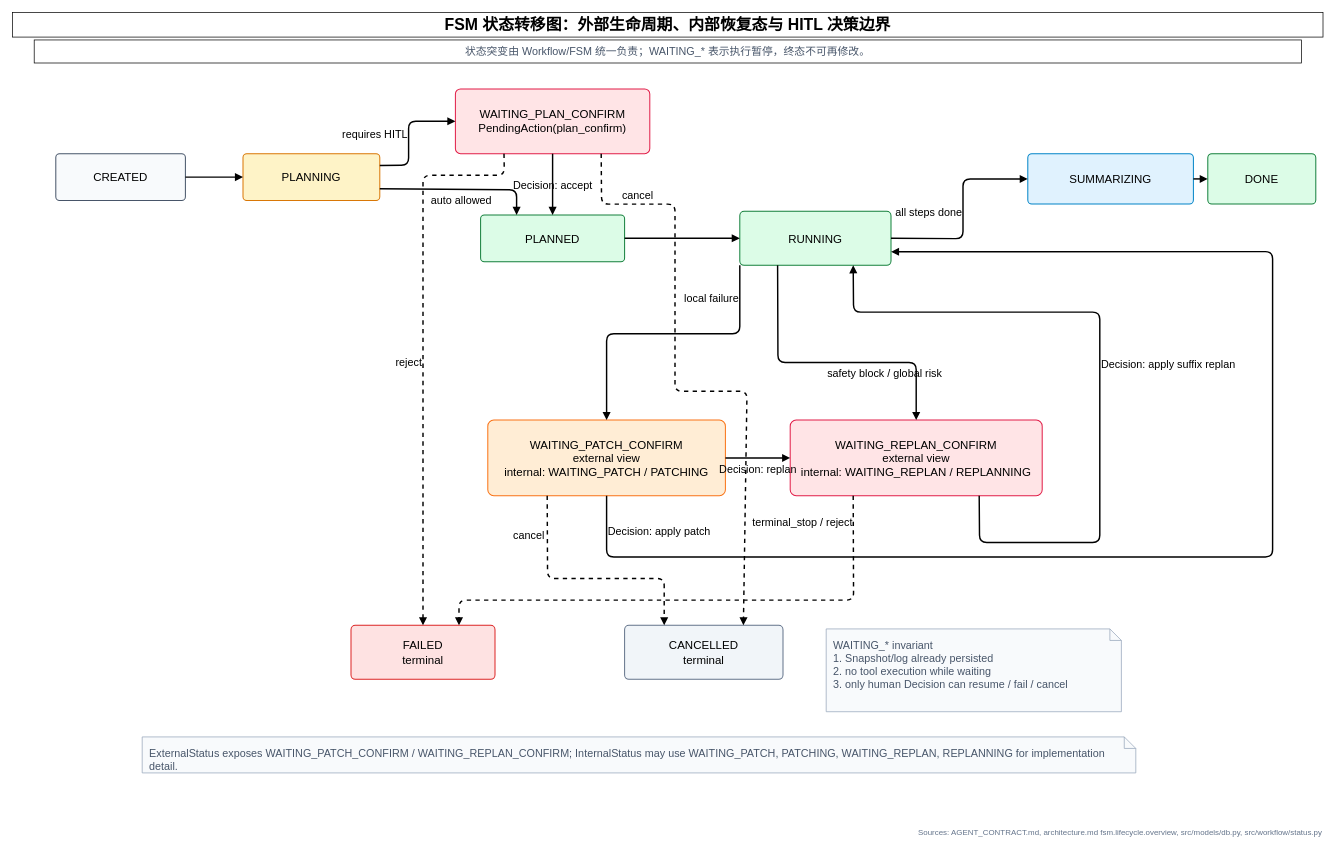
Before: paper/figures/fsm-state-transition.drawio in Yuri-Kon/thesis-project, a draw.io diagram. Source tidied: cells renumbered, new cells numbered last; positions are measured from the earlier drawing's top-left corner, leaving out a move shared by most shapes. Both pictures are drawn from the tidied source at 72%, with x=0, y=0 at pixel (12, 12).
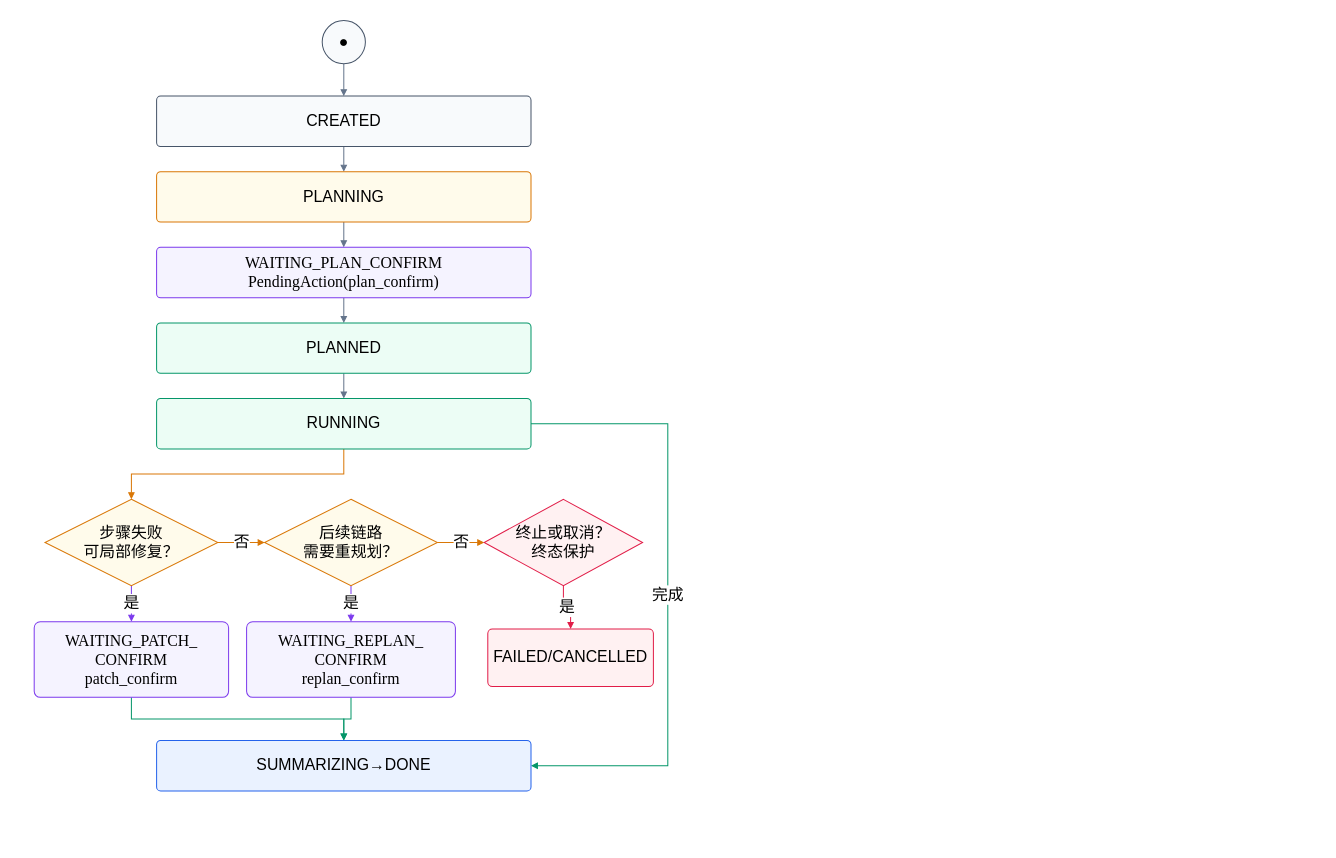
The same diagram, later.

The edit, as a diff of the source:
```diff
@@
-<mxGraphModel>
+<mxGraphModel background="#FFFFFF">
@@
-    <mxCell id="2" value="FSM 状态转移图：外部生命周期、内部恢复态与 HITL 决策边界" style="fontFamily=Helvetica;fontSize=22;fontStyle=1;align=center;verticalAlign=middle;whiteSpace=wrap;html=1;" parent="1" vertex="1">
-      <mxGeometry width="1820" height="34" as="geometry" />
-    </mxCell>
-    <mxCell id="3" value="&lt;font style=&quot;font-size: 15px;&quot;&gt;状态突变由 Workflow/FSM 统一负责；WAITING_* 表示执行暂停，终态不可再修改。&lt;/font&gt;" style="fontFamily=Helvetica;fontSize=12;fontColor=#475569;align=center;verticalAlign=middle;whiteSpace=wrap;html=1;" parent="1" vertex="1">
-      <mxGeometry x="30" y="38" width="1760" height="32" as="geometry" />
-    </mxCell>
+    <mxCell id="34" style="edgeStyle=orthogonalEdgeStyle;rounded=0;jettySize=auto;html=1;strokeWidth=1.4;endArrow=block;endFill=1;fontFamily=SimSun;fontSize=22;strokeColor=#64748B;" parent="1" edge="1" source="44" target="4">
+      <mxGeometry relative="1" as="geometry" />
+    </mxCell>
+    <mxCell id="15" style="edgeStyle=orthogonalEdgeStyle;rounded=0;jettySize=auto;html=1;strokeWidth=1.4;endArrow=block;endFill=1;fontFamily=SimSun;fontSize=22;strokeColor=#64748B;" parent="1" edge="1" source="4" target="5">
+      <mxGeometry relative="1" as="geometry" />
+    </mxCell>
+    <mxCell id="16" style="edgeStyle=orthogonalEdgeStyle;rounded=0;jettySize=auto;html=1;strokeWidth=1.4;endArrow=block;endFill=1;fontFamily=SimSun;fontSize=22;strokeColor=#64748B;" parent="1" edge="1" source="5" target="6">
+      <mxGeometry relative="1" as="geometry" />
+    </mxCell>
+    <mxCell id="18" style="edgeStyle=orthogonalEdgeStyle;rounded=0;jettySize=auto;html=1;strokeWidth=1.4;endArrow=block;endFill=1;fontFamily=SimSun;fontSize=22;strokeColor=#64748B;" parent="1" edge="1" source="6" target="7">
+      <mxGeometry relative="1" as="geometry" />
+    </mxCell>
+    <mxCell id="19" style="edgeStyle=orthogonalEdgeStyle;rounded=0;jettySize=auto;html=1;strokeWidth=1.4;endArrow=block;endFill=1;fontFamily=SimSun;fontSize=22;strokeColor=#64748B;" parent="1" edge="1" source="7" target="8">
+      <mxGeometry relative="1" as="geometry" />
+    </mxCell>
+    <mxCell id="35" style="edgeStyle=orthogonalEdgeStyle;rounded=0;jettySize=auto;html=1;strokeWidth=1.4;endArrow=block;endFill=1;fontFamily=SimSun;fontSize=22;strokeColor=#D97706;" parent="1" edge="1" source="8" target="45">
+      <mxGeometry relative="1" as="geometry" />
+    </mxCell>
+    <mxCell id="36" value="否" style="edgeStyle=orthogonalEdgeStyle;rounded=0;jettySize=auto;html=1;strokeWidth=1.4;endArrow=block;endFill=1;fontFamily=SimSun;fontSize=22;strokeColor=#D97706;" parent="1" edge="1" source="45" target="46">
+      <mxGeometry relative="1" as="geometry" />
+    </mxCell>
+    <mxCell id="37" value="否" style="edgeStyle=orthogonalEdgeStyle;rounded=0;jettySize=auto;html=1;strokeWidth=1.4;endArrow=block;endFill=1;fontFamily=SimSun;fontSize=22;strokeColor=#D97706;" parent="1" edge="1" source="46" target="47">
+      <mxGeometry relative="1" as="geometry" />
+    </mxCell>
+    <mxCell id="38" value="是" style="edgeStyle=orthogonalEdgeStyle;rounded=0;jettySize=auto;html=1;strokeWidth=1.4;endArrow=block;endFill=1;fontFamily=SimSun;fontSize=22;strokeColor=#7C3AED;" parent="1" edge="1" source="45" target="48">
+      <mxGeometry relative="1" as="geometry" />
+    </mxCell>
+    <mxCell id="39" value="是" style="edgeStyle=orthogonalEdgeStyle;rounded=0;jettySize=auto;html=1;strokeWidth=1.4;endArrow=block;endFill=1;fontFamily=SimSun;fontSize=22;strokeColor=#7C3AED;" parent="1" edge="1" source="46" target="49">
+      <mxGeometry relative="1" as="geometry" />
+    </mxCell>
+    <mxCell id="40" value="是" style="edgeStyle=orthogonalEdgeStyle;rounded=0;jettySize=auto;html=1;strokeWidth=1.4;endArrow=block;endFill=1;fontFamily=SimSun;fontSize=22;strokeColor=#E11D48;" parent="1" edge="1" source="47" target="50">
+      <mxGeometry relative="1" as="geometry" />
+    </mxCell>
+    <mxCell id="41" style="edgeStyle=orthogonalEdgeStyle;rounded=0;jettySize=auto;html=1;strokeWidth=1.4;endArrow=block;endFill=1;fontFamily=SimSun;fontSize=22;strokeColor=#059669;" parent="1" edge="1" source="48" target="51">
+      <mxGeometry relative="1" as="geometry" />
+    </mxCell>
+    <mxCell id="42" style="edgeStyle=orthogonalEdgeStyle;rounded=0;jettySize=auto;html=1;strokeWidth=1.4;endArrow=block;endFill=1;fontFamily=SimSun;fontSize=22;strokeColor=#059669;" parent="1" edge="1" source="49" target="51">
+      <mxGeometry relative="1" as="geometry" />
+    </mxCell>
+    <mxCell id="43" value="完成" style="edgeStyle=orthogonalEdgeStyle;rounded=0;jettySize=auto;html=1;strokeWidth=1.4;endArrow=block;endFill=1;fontFamily=SimSun;fontSize=22;strokeColor=#059669;exitX=1;exitY=0.5;entryX=1;entryY=0.5;" parent="1" edge="1" source="8" target="51">
+      <mxGeometry relative="1" as="geometry">
+        <Array as="points">
+          <mxPoint x="910" y="571" />
+          <mxPoint x="910" y="1046" />
+        </Array>
+      </mxGeometry>
+    </mxCell>
+    <mxCell id="44" value="●" style="ellipse;whiteSpace=wrap;html=1;fillColor=#F8FAFC;strokeColor=#475569;strokeWidth=1.4;fontFamily=SimSun;fontSize=22;align=center;verticalAlign=middle;spacing=8;" parent="1" vertex="1">
+      <mxGeometry x="430" y="11" width="60" height="60" as="geometry" />
+    </mxCell>
-    <mxCell id="4" value="CREATED" style="rounded=1;whiteSpace=wrap;html=1;arcSize=8;fillColor=#F8FAFC;strokeColor=#475569;strokeWidth=1.4;fontFamily=Helvetica;fontSize=16;align=center;verticalAlign=middle;spacing=8;" parent="1" vertex="1">
-      <mxGeometry x="60" y="196" width="180" height="65" as="geometry" />
+    <mxCell id="4" value="CREATED" style="rounded=1;arcSize=8;whiteSpace=wrap;html=1;fillColor=#F8FAFC;strokeColor=#475569;strokeWidth=1.4;fontFamily=SimSun;fontSize=22;align=center;verticalAlign=middle;spacing=8;" parent="1" vertex="1">
+      <mxGeometry x="200" y="116" width="520" height="70" as="geometry" />
     </mxCell>
-    <mxCell id="5" value="PLANNING" style="rounded=1;whiteSpace=wrap;html=1;arcSize=8;fillColor=#FEF3C7;strokeColor=#D97706;strokeWidth=1.4;fontFamily=Helvetica;fontSize=16;align=center;verticalAlign=middle;spacing=8;" parent="1" vertex="1">
-      <mxGeometry x="320" y="196" width="190" height="65" as="geometry" />
+    <mxCell id="5" value="PLANNING" style="rounded=1;arcSize=8;whiteSpace=wrap;html=1;fillColor=#FFFBEB;strokeColor=#D97706;strokeWidth=1.4;fontFamily=SimSun;fontSize=22;align=center;verticalAlign=middle;spacing=8;" parent="1" vertex="1">
+      <mxGeometry x="200" y="221" width="520" height="70" as="geometry" />
     </mxCell>
-    <mxCell id="6" value="WAITING_PLAN_CONFIRM&lt;br&gt;PendingAction(plan_confirm)" style="rounded=1;whiteSpace=wrap;html=1;arcSize=8;fillColor=#FFE4E6;strokeColor=#E11D48;strokeWidth=1.4;fontFamily=Helvetica;fontSize=16;align=center;verticalAlign=middle;spacing=8;" parent="1" vertex="1">
-      <mxGeometry x="615" y="106" width="270" height="90" as="geometry" />
+    <mxCell id="6" value="&lt;font face=&quot;Times New Roman&quot;&gt;WAITING_PLAN_CONFIRM&lt;/font&gt;&lt;br&gt;&lt;font face=&quot;Times New Roman&quot;&gt;PendingAction(plan_confirm)&lt;/font&gt;" style="rounded=1;arcSize=8;whiteSpace=wrap;html=1;fillColor=#F5F3FF;strokeColor=#7C3AED;strokeWidth=1.4;fontFamily=SimSun;fontSize=22;align=center;verticalAlign=middle;spacing=8;" parent="1" vertex="1">
+      <mxGeometry x="200" y="326" width="520" height="70" as="geometry" />
     </mxCell>
-    <mxCell id="7" value="PLANNED" style="rounded=1;whiteSpace=wrap;html=1;arcSize=8;fillColor=#DCFCE7;strokeColor=#15803D;strokeWidth=1.4;fontFamily=Helvetica;fontSize=16;align=center;verticalAlign=middle;spacing=8;" parent="1" vertex="1">
-      <mxGeometry x="650" y="281" width="200" height="65" as="geometry" />
+    <mxCell id="7" value="PLANNED" style="rounded=1;arcSize=8;whiteSpace=wrap;html=1;fillColor=#ECFDF5;strokeColor=#059669;strokeWidth=1.4;fontFamily=SimSun;fontSize=22;align=center;verticalAlign=middle;spacing=8;" parent="1" vertex="1">
+      <mxGeometry x="200" y="431" width="520" height="70" as="geometry" />
     </mxCell>
-    <mxCell id="8" value="RUNNING" style="rounded=1;whiteSpace=wrap;html=1;arcSize=8;fillColor=#DCFCE7;strokeColor=#15803D;strokeWidth=1.4;fontFamily=Helvetica;fontSize=16;align=center;verticalAlign=middle;spacing=8;" parent="1" vertex="1">
-      <mxGeometry x="1010" y="276" width="210" height="75" as="geometry" />
+    <mxCell id="8" value="RUNNING" style="rounded=1;arcSize=8;whiteSpace=wrap;html=1;fillColor=#ECFDF5;strokeColor=#059669;strokeWidth=1.4;fontFamily=SimSun;fontSize=22;align=center;verticalAlign=middle;spacing=8;" parent="1" vertex="1">
+      <mxGeometry x="200" y="536" width="520" height="70" as="geometry" />
     </mxCell>
-    <mxCell id="9" value="SUMMARIZING" style="rounded=1;whiteSpace=wrap;html=1;arcSize=8;fillColor=#E0F2FE;strokeColor=#0284C7;strokeWidth=1.4;fontFamily=Helvetica;fontSize=16;align=center;verticalAlign=middle;spacing=8;" parent="1" vertex="1">
-      <mxGeometry x="1410" y="196" width="230" height="70" as="geometry" />
-    </mxCell>
-    <mxCell id="10" value="DONE" style="rounded=1;whiteSpace=wrap;html=1;arcSize=8;fillColor=#DCFCE7;strokeColor=#15803D;strokeWidth=1.4;fontFamily=Helvetica;fontSize=16;align=center;verticalAlign=middle;spacing=8;" parent="1" vertex="1">
-      <mxGeometry x="1660" y="196" width="150" height="70" as="geometry" />
-    </mxCell>
-    <mxCell id="11" value="WAITING_PATCH_CONFIRM&lt;br&gt;external view&lt;br&gt;internal: WAITING_PATCH / PATCHING" style="rounded=1;whiteSpace=wrap;html=1;arcSize=8;fillColor=#FFEDD5;strokeColor=#F97316;strokeWidth=1.4;fontFamily=Helvetica;fontSize=16;align=center;verticalAlign=middle;spacing=8;" parent="1" vertex="1">
-      <mxGeometry x="660" y="566" width="330" height="105" as="geometry" />
-    </mxCell>
-    <mxCell id="12" value="WAITING_REPLAN_CONFIRM&lt;br&gt;external view&lt;br&gt;internal: WAITING_REPLAN / REPLANNING" style="rounded=1;whiteSpace=wrap;html=1;arcSize=8;fillColor=#FFE4E6;strokeColor=#E11D48;strokeWidth=1.4;fontFamily=Helvetica;fontSize=16;align=center;verticalAlign=middle;spacing=8;" parent="1" vertex="1">
-      <mxGeometry x="1080" y="566" width="350" height="105" as="geometry" />
-    </mxCell>
-    <mxCell id="13" value="FAILED&lt;br&gt;terminal" style="rounded=1;whiteSpace=wrap;html=1;arcSize=8;fillColor=#FEE2E2;strokeColor=#DC2626;strokeWidth=1.4;fontFamily=Helvetica;fontSize=16;align=center;verticalAlign=middle;spacing=8;" parent="1" vertex="1">
-      <mxGeometry x="470" y="851" width="200" height="75" as="geometry" />
-    </mxCell>
-    <mxCell id="14" value="CANCELLED&lt;br&gt;terminal" style="rounded=1;whiteSpace=wrap;html=1;arcSize=8;fillColor=#F1F5F9;strokeColor=#64748B;strokeWidth=1.4;fontFamily=Helvetica;fontSize=16;align=center;verticalAlign=middle;spacing=8;" parent="1" vertex="1">
-      <mxGeometry x="850" y="851" width="220" height="75" as="geometry" />
-    </mxCell>
-    <mxCell id="15" style="endArrow=block;html=1;rounded=1;strokeWidth=2;fontSize=12;fontFamily=Helvetica;labelBackgroundColor=none;" parent="1" edge="1" source="4" target="5">
-      <mxGeometry relative="1" as="geometry" />
-    </mxCell>
-    <mxCell id="16" value="requires HITL" style="endArrow=block;html=1;rounded=1;strokeWidth=2;fontSize=15;fontFamily=Helvetica;labelBackgroundColor=none;exitX=1;exitY=0.25;exitDx=0;exitDy=0;entryX=0;entryY=0.5;entryDx=0;entryDy=0;labelPosition=left;verticalLabelPosition=middle;align=right;verticalAlign=middle;" parent="1" edge="1" source="5" target="6">
-      <mxGeometry relative="1" as="geometry">
-        <Array as="points">
-          <mxPoint x="550" y="212" />
-          <mxPoint x="550" y="151" />
-        </Array>
-      </mxGeometry>
-    </mxCell>
-    <mxCell id="17" value="auto allowed" style="endArrow=block;html=1;rounded=1;strokeWidth=2;fontSize=15;fontFamily=Helvetica;labelBackgroundColor=none;entryX=0.25;entryY=0;entryDx=0;entryDy=0;exitX=1;exitY=0.75;exitDx=0;exitDy=0;labelPosition=center;verticalLabelPosition=bottom;align=center;verticalAlign=top;" parent="1" edge="1" source="5" target="7">
-      <mxGeometry relative="1" as="geometry">
-        <Array as="points">
-          <mxPoint x="700" y="246" />
-        </Array>
-      </mxGeometry>
-    </mxCell>
-    <mxCell id="18" value="Decision: accept" style="endArrow=block;html=1;rounded=1;strokeWidth=2;fontSize=15;fontFamily=Helvetica;labelBackgroundColor=none;" parent="1" edge="1" source="6" target="7">
-      <mxGeometry relative="1" as="geometry" />
-    </mxCell>
-    <mxCell id="19" style="endArrow=block;html=1;rounded=1;strokeWidth=2;fontSize=15;fontFamily=Helvetica;labelBackgroundColor=none;" parent="1" edge="1" source="7" target="8">
-      <mxGeometry relative="1" as="geometry" />
-    </mxCell>
-    <mxCell id="20" value="all steps done" style="endArrow=block;html=1;rounded=1;strokeWidth=2;fontSize=15;fontFamily=Helvetica;labelBackgroundColor=none;exitX=1;exitY=0.5;exitDx=0;exitDy=0;entryX=0;entryY=0.5;entryDx=0;entryDy=0;labelPosition=left;verticalLabelPosition=middle;align=right;verticalAlign=middle;" parent="1" edge="1">
-      <mxGeometry relative="1" as="geometry">
-        <mxPoint x="1220" y="313.5" as="sourcePoint" />
-        <mxPoint x="1410" y="231" as="targetPoint" />
-        <Array as="points">
-          <mxPoint x="1320" y="314" />
-          <mxPoint x="1320" y="231" />
-        </Array>
-      </mxGeometry>
-    </mxCell>
-    <mxCell id="21" style="endArrow=block;html=1;rounded=1;strokeWidth=2;fontSize=12;fontFamily=Helvetica;labelBackgroundColor=none;" parent="1" edge="1" source="9" target="10">
-      <mxGeometry relative="1" as="geometry" />
-    </mxCell>
-    <mxCell id="22" value="local failure" style="endArrow=block;html=1;rounded=1;strokeWidth=2;fontSize=15;fontFamily=Helvetica;labelBackgroundColor=none;exitX=0;exitY=1;exitDx=0;exitDy=0;labelPosition=left;verticalLabelPosition=middle;align=right;verticalAlign=middle;" parent="1" edge="1" source="8" target="11">
-      <mxGeometry x="-0.78" relative="1" as="geometry">
-        <Array as="points">
-          <mxPoint x="1010" y="446" />
-          <mxPoint x="825" y="446" />
-        </Array>
-        <mxPoint y="1" as="offset" />
-      </mxGeometry>
-    </mxCell>
-    <mxCell id="23" value="safety block / global risk" style="endArrow=block;html=1;rounded=1;strokeWidth=2;fontSize=15;fontFamily=Helvetica;labelBackgroundColor=none;exitX=0.25;exitY=1;exitDx=0;exitDy=0;labelPosition=center;verticalLabelPosition=bottom;align=center;verticalAlign=top;" parent="1" edge="1" source="8" target="12">
-      <mxGeometry x="0.39" relative="1" as="geometry">
-        <Array as="points">
-          <mxPoint x="1063" y="486" />
-          <mxPoint x="1255" y="486" />
-        </Array>
-      </mxGeometry>
-    </mxCell>
-    <mxCell id="24" value="Decision: apply patch" style="endArrow=block;html=1;rounded=1;strokeWidth=2;fontSize=15;fontFamily=Helvetica;labelBackgroundColor=none;entryX=1;entryY=0.75;entryDx=0;entryDy=0;labelPosition=right;verticalLabelPosition=middle;align=left;verticalAlign=middle;" parent="1" edge="1" source="11" target="8">
-      <mxGeometry x="-0.95" relative="1" as="geometry">
-        <Array as="points">
-          <mxPoint x="825" y="756" />
-          <mxPoint x="1750" y="756" />
-          <mxPoint x="1750" y="332" />
-        </Array>
-      </mxGeometry>
-    </mxCell>
-    <mxCell id="25" value="Decision: replan" style="endArrow=block;html=1;rounded=1;strokeWidth=2;fontSize=15;fontFamily=Helvetica;labelBackgroundColor=none;labelPosition=center;verticalLabelPosition=bottom;align=center;verticalAlign=top;" parent="1" edge="1" source="11" target="12">
-      <mxGeometry relative="1" as="geometry" />
-    </mxCell>
-    <mxCell id="26" value="Decision: apply suffix replan" style="endArrow=block;html=1;rounded=1;strokeWidth=2;fontSize=15;fontFamily=Helvetica;labelBackgroundColor=none;entryX=0.75;entryY=1;entryDx=0;entryDy=0;exitX=0.75;exitY=1;exitDx=0;exitDy=0;labelPosition=right;verticalLabelPosition=middle;align=left;verticalAlign=middle;" parent="1" edge="1" source="12" target="8">
-      <mxGeometry relative="1" as="geometry">
-        <Array as="points">
-          <mxPoint x="1343" y="736" />
-          <mxPoint x="1510" y="736" />
-          <mxPoint x="1510" y="416" />
-          <mxPoint x="1168" y="416" />
-        </Array>
-      </mxGeometry>
-    </mxCell>
-    <mxCell id="27" value="reject" style="endArrow=block;html=1;rounded=1;strokeWidth=2;fontSize=15;fontFamily=Helvetica;labelBackgroundColor=none;dashed=1;exitX=0.25;exitY=1;exitDx=0;exitDy=0;entryX=0.5;entryY=0;entryDx=0;entryDy=0;labelPosition=left;verticalLabelPosition=middle;align=right;verticalAlign=middle;" parent="1" edge="1" source="6" target="13">
-      <mxGeometry x="0.05" relative="1" as="geometry">
-        <Array as="points">
-          <mxPoint x="683" y="226" />
-          <mxPoint x="570" y="226" />
-        </Array>
-      </mxGeometry>
-    </mxCell>
-    <mxCell id="28" value="cancel" style="endArrow=block;html=1;rounded=1;strokeWidth=2;fontSize=15;fontFamily=Helvetica;labelBackgroundColor=none;dashed=1;exitX=0.75;exitY=1;exitDx=0;exitDy=0;entryX=0.75;entryY=0;entryDx=0;entryDy=0;labelPosition=center;verticalLabelPosition=top;align=center;verticalAlign=bottom;" parent="1" edge="1" source="6" target="14">
-      <mxGeometry x="-0.72" relative="1" as="geometry">
-        <Array as="points">
-          <mxPoint x="818" y="266" />
-          <mxPoint x="920" y="266" />
-          <mxPoint x="920" y="526" />
-          <mxPoint x="1020" y="526" />
-        </Array>
-      </mxGeometry>
-    </mxCell>
-    <mxCell id="29" value="cancel" style="endArrow=block;html=1;rounded=1;strokeWidth=2;fontSize=15;fontFamily=Helvetica;labelBackgroundColor=none;dashed=1;exitX=0.25;exitY=1;exitDx=0;exitDy=0;entryX=0.25;entryY=0;entryDx=0;entryDy=0;labelPosition=left;verticalLabelPosition=middle;align=right;verticalAlign=middle;" parent="1" edge="1" source="11" target="14">
-      <mxGeometry x="-0.68" y="-3" relative="1" as="geometry">
-        <Array as="points">
-          <mxPoint x="743" y="786" />
-          <mxPoint x="905" y="786" />
-        </Array>
-      </mxGeometry>
-    </mxCell>
-    <mxCell id="30" value="terminal_stop / reject" style="endArrow=block;html=1;rounded=1;strokeWidth=2;fontSize=15;fontFamily=Helvetica;labelBackgroundColor=none;dashed=1;exitX=0.25;exitY=1;exitDx=0;exitDy=0;entryX=0.75;entryY=0;entryDx=0;entryDy=0;labelPosition=left;verticalLabelPosition=middle;align=right;verticalAlign=middle;" parent="1" edge="1" source="12" target="13">
-      <mxGeometry x="-0.9" relative="1" as="geometry">
-        <Array as="points">
-          <mxPoint x="1168" y="816" />
-          <mxPoint x="620" y="816" />
-        </Array>
-      </mxGeometry>
-    </mxCell>
-    <mxCell id="31" value="&lt;font style=&quot;font-size: 15px;&quot;&gt;WAITING_* invariant&lt;br&gt;1. Snapshot/log already persisted&lt;br&gt;2. no tool execution while waiting&lt;br&gt;3. only human Decision can resume / fail / cancel&lt;/font&gt;" style="shape=note;whiteSpace=wrap;html=1;size=16;fillColor=#F8FAFC;strokeColor=#94A3B8;fontFamily=Helvetica;fontSize=13;fontSize=12;fontColor=#475569;align=left;verticalAlign=top;spacing=10;" parent="1" vertex="1">
-      <mxGeometry x="1130" y="856" width="410" height="115" as="geometry" />
-    </mxCell>
-    <mxCell id="32" value="&lt;font style=&quot;font-size: 15px;&quot;&gt;ExternalStatus exposes WAITING_PATCH_CONFIRM / WAITING_REPLAN_CONFIRM; InternalStatus may use WAITING_PATCH, PATCHING, WAITING_REPLAN, REPLANNING for implementation detail.&lt;/font&gt;" style="shape=note;whiteSpace=wrap;html=1;size=16;fillColor=#F8FAFC;strokeColor=#94A3B8;fontFamily=Helvetica;fontSize=13;fontSize=12;fontColor=#475569;align=left;verticalAlign=top;spacing=10;" parent="1" vertex="1">
-      <mxGeometry x="180" y="1006" width="1380" height="50" as="geometry" />
-    </mxCell>
-    <mxCell id="33" value="Sources: AGENT_CONTRACT.md, architecture.md fsm.lifecycle.overview, src/models/db.py, src/workflow/status.py" style="text;html=1;strokeColor=none;fillColor=none;fontSize=11;fontColor=#64748B;align=right;" parent="1" vertex="1">
-      <mxGeometry y="1126" width="1820" height="30" as="geometry" />
-    </mxCell>
+    <mxCell id="45" value="步骤失败&lt;br&gt;可局部修复？" style="rhombus;whiteSpace=wrap;html=1;fillColor=#FFFBEB;strokeColor=#D97706;strokeWidth=1.4;fontFamily=SimSun;fontSize=22;align=center;verticalAlign=middle;spacing=8;" parent="1" vertex="1">
+      <mxGeometry x="45" y="676" width="240" height="120" as="geometry" />
+    </mxCell>
+    <mxCell id="46" value="后续链路&lt;br&gt;需要重规划？" style="rhombus;whiteSpace=wrap;html=1;fillColor=#FFFBEB;strokeColor=#D97706;strokeWidth=1.4;fontFamily=SimSun;fontSize=22;align=center;verticalAlign=middle;spacing=8;" parent="1" vertex="1">
+      <mxGeometry x="350" y="676" width="240" height="120" as="geometry" />
+    </mxCell>
+    <mxCell id="47" value="终止或取消？&lt;br&gt;终态保护" style="rhombus;whiteSpace=wrap;html=1;fillColor=#FFF1F2;strokeColor=#E11D48;strokeWidth=1.4;fontFamily=SimSun;fontSize=22;align=center;verticalAlign=middle;spacing=8;" parent="1" vertex="1">
+      <mxGeometry x="655" y="676" width="220" height="120" as="geometry" />
+    </mxCell>
+    <mxCell id="48" value="&lt;font face=&quot;Times New Roman&quot;&gt;WAITING_PATCH_&lt;br&gt;CONFIRM&lt;/font&gt;&lt;br&gt;&lt;font face=&quot;Times New Roman&quot;&gt;patch_confirm&lt;/font&gt;" style="rounded=1;arcSize=8;whiteSpace=wrap;html=1;fillColor=#F5F3FF;strokeColor=#7C3AED;strokeWidth=1.4;fontFamily=SimSun;fontSize=22;align=center;verticalAlign=middle;spacing=8;" parent="1" vertex="1">
+      <mxGeometry x="30" y="846" width="270" height="105" as="geometry" />
+    </mxCell>
+    <mxCell id="49" value="&lt;font face=&quot;Times New Roman&quot;&gt;WAITING_REPLAN_&lt;br&gt;CONFIRM&lt;/font&gt;&lt;br&gt;&lt;font face=&quot;Times New Roman&quot;&gt;replan_confirm&lt;/font&gt;" style="rounded=1;arcSize=8;whiteSpace=wrap;html=1;fillColor=#F5F3FF;strokeColor=#7C3AED;strokeWidth=1.4;fontFamily=SimSun;fontSize=22;align=center;verticalAlign=middle;spacing=8;" parent="1" vertex="1">
+      <mxGeometry x="325" y="846" width="290" height="105" as="geometry" />
+    </mxCell>
+    <mxCell id="50" value="FAILED/CANCELLED" style="rounded=1;arcSize=8;whiteSpace=wrap;html=1;fillColor=#FFF1F2;strokeColor=#E11D48;strokeWidth=1.4;fontFamily=SimSun;fontSize=22;align=center;verticalAlign=middle;spacing=8;" parent="1" vertex="1">
+      <mxGeometry x="660" y="856" width="230" height="80" as="geometry" />
+    </mxCell>
+    <mxCell id="51" value="SUMMARIZING→DONE" style="rounded=1;arcSize=8;whiteSpace=wrap;html=1;fillColor=#EAF2FF;strokeColor=#2563EB;strokeWidth=1.4;fontFamily=SimSun;fontSize=22;align=center;verticalAlign=middle;spacing=8;" parent="1" vertex="1">
+      <mxGeometry x="200" y="1011" width="520" height="70" as="geometry" />
+    </mxCell>
```
